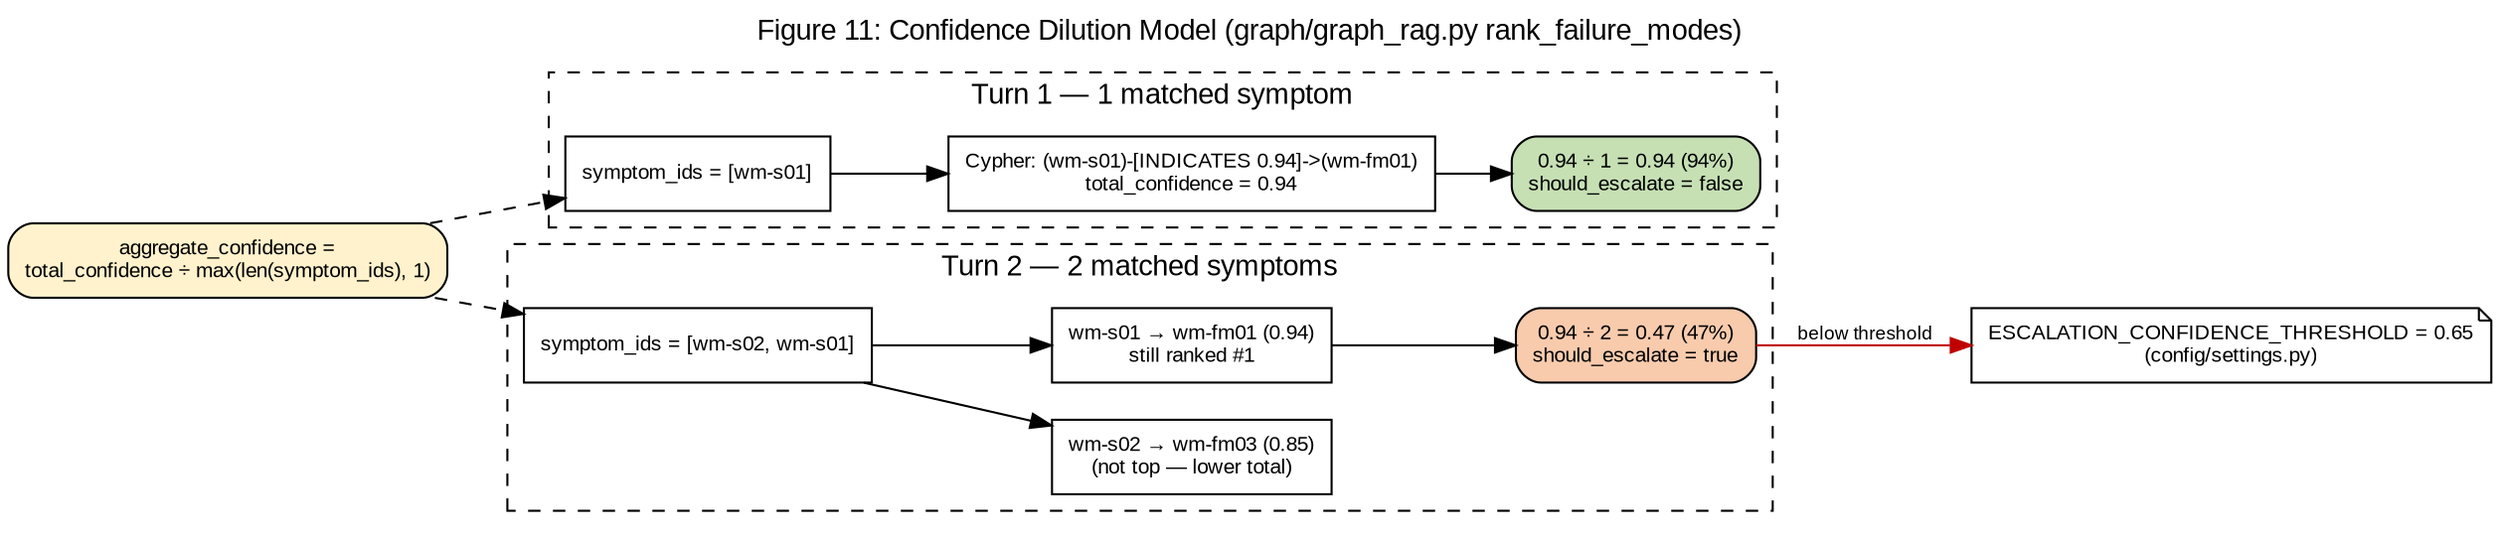
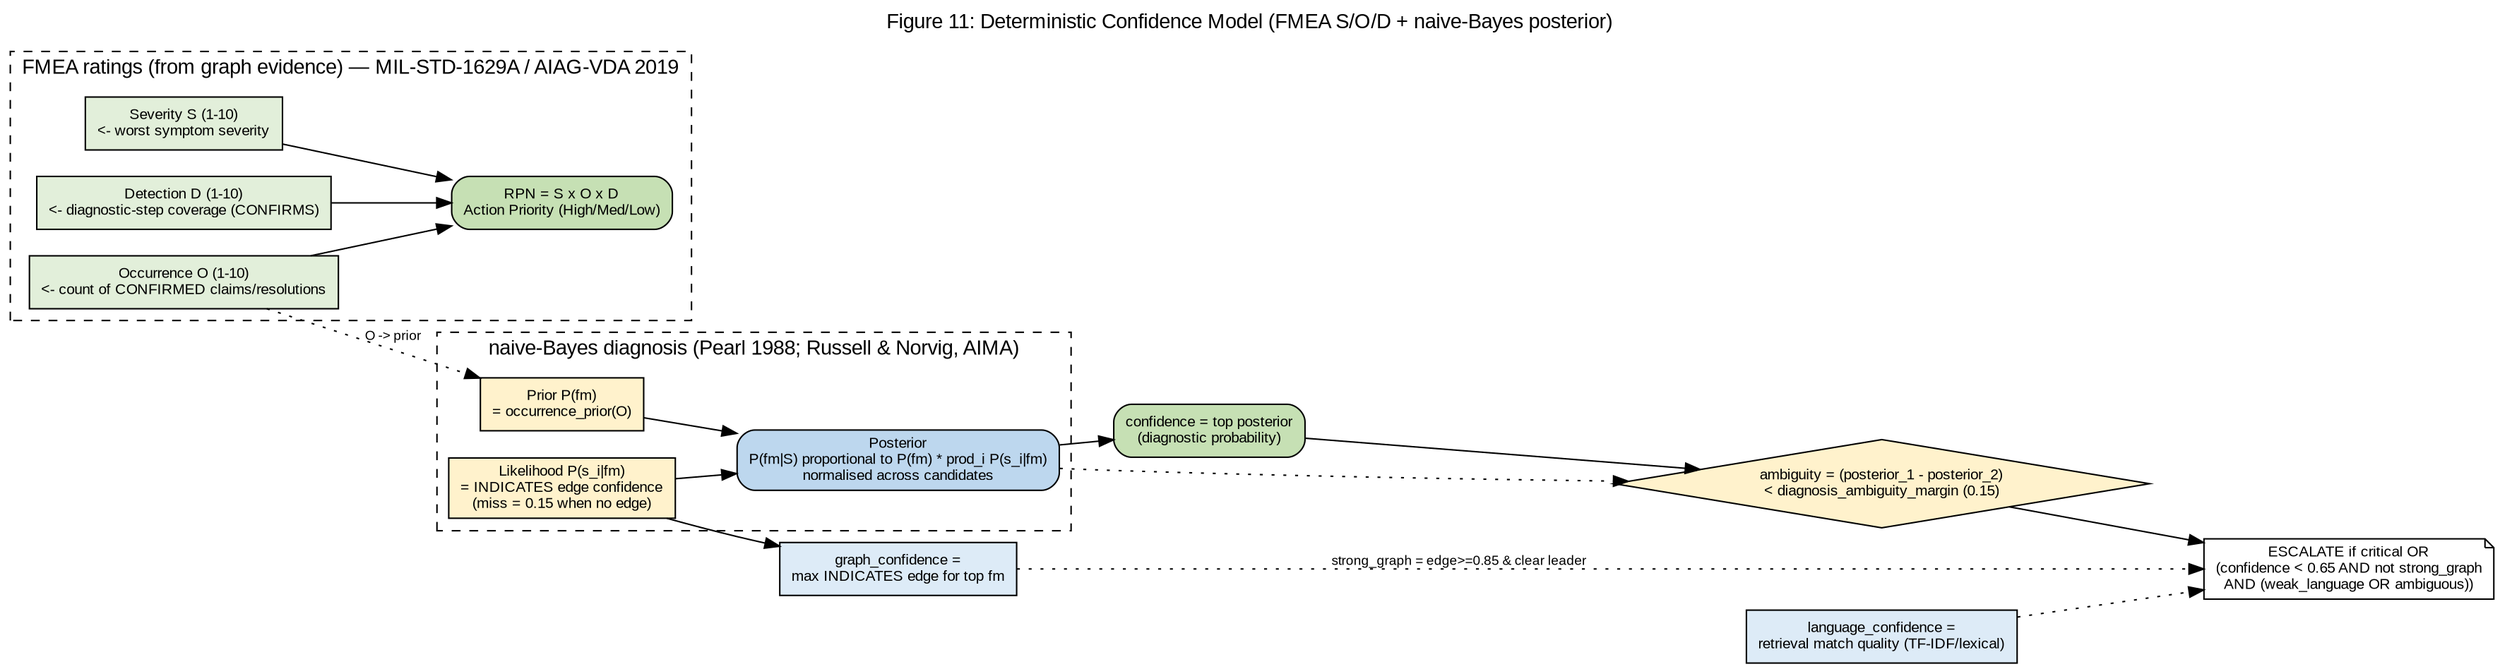
- // Figure 11: Confidence dilution — why 94% becomes 47% with two symptoms
- digraph ConfidenceDilution {
+ // Figure 11: Deterministic Confidence Model — FMEA + naive-Bayes posterior
+ // (graph/reliability.py + graph/graph_rag.py rank_failure_modes / _composite_confidence)
+ //
+ // Replaces the earlier "confidence dilution" formula
+ // (total_confidence / len(symptom_ids)), which diluted confidence purely by
+ // symptom count. Confidence is now a normalised Bayesian posterior grounded in
+ // FMEA ratings — deterministic and reproducible for a given graph state.
+ digraph DeterministicConfidence {
  graph [
    rankdir=LR
-     label="Figure 11: Confidence Dilution Model (graph/graph_rag.py rank_failure_modes)"
+     label="Figure 11: Deterministic Confidence Model (FMEA S/O/D + naive-Bayes posterior)"
    labelloc=t
    fontsize=14
    fontname="Arial"
    bgcolor="white"
  ]
  node [fontname="Arial", fontsize=10]
  edge [fontname="Arial", fontsize=9]

-   Formula [label="aggregate_confidence =\ntotal_confidence ÷ max(len(symptom_ids), 1)", shape=box, style="rounded,filled", fillcolor="#FFF2CC"]
- 
-   subgraph cluster_t1 {
-     label="Turn 1 — 1 matched symptom"
+   subgraph cluster_fmea {
+     label="FMEA ratings (from graph evidence) — MIL-STD-1629A / AIAG-VDA 2019"
    style=dashed
-     S1 [label="symptom_ids = [wm-s01]", shape=box, fillcolor="#E2EFDA"]
-     E1 [label="Cypher: (wm-s01)-[INDICATES 0.94]->(wm-fm01)\ntotal_confidence = 0.94", shape=box, fillcolor="#E2EFDA"]
-     R1 [label="0.94 ÷ 1 = 0.94 (94%)\nshould_escalate = false", shape=box, style="rounded,filled", fillcolor="#C6E0B4"]
-     S1 -> E1 -> R1
+     Sev [label="Severity S (1-10)\n<- worst symptom severity", shape=box, style=filled, fillcolor="#E2EFDA"]
+     Occ [label="Occurrence O (1-10)\n<- count of CONFIRMED claims/resolutions", shape=box, style=filled, fillcolor="#E2EFDA"]
+     Det [label="Detection D (1-10)\n<- diagnostic-step coverage (CONFIRMS)", shape=box, style=filled, fillcolor="#E2EFDA"]
+     RPN [label="RPN = S x O x D\nAction Priority (High/Med/Low)", shape=box, style="rounded,filled", fillcolor="#C6E0B4"]
+     Sev -> RPN
+     Occ -> RPN
+     Det -> RPN
  }

-   subgraph cluster_t2 {
-     label="Turn 2 — 2 matched symptoms"
+   subgraph cluster_bayes {
+     label="naive-Bayes diagnosis (Pearl 1988; Russell & Norvig, AIMA)"
    style=dashed
-     S2 [label="symptom_ids = [wm-s02, wm-s01]", shape=box, fillcolor="#FCE4D6"]
-     E2a [label="wm-s02 → wm-fm03 (0.85)\n(not top — lower total)", shape=box, fillcolor="#FCE4D6"]
-     E2b [label="wm-s01 → wm-fm01 (0.94)\nstill ranked #1", shape=box, fillcolor="#FCE4D6"]
-     R2 [label="0.94 ÷ 2 = 0.47 (47%)\nshould_escalate = true", shape=box, style="rounded,filled", fillcolor="#F8CBAD"]
-     S2 -> E2a
-     S2 -> E2b -> R2
+     Prior [label="Prior P(fm)\n= occurrence_prior(O)", shape=box, style=filled, fillcolor="#FFF2CC"]
+     Like [label="Likelihood P(s_i|fm)\n= INDICATES edge confidence\n(miss = 0.15 when no edge)", shape=box, style=filled, fillcolor="#FFF2CC"]
+     Post [label="Posterior\nP(fm|S) proportional to P(fm) * prod_i P(s_i|fm)\nnormalised across candidates", shape=box, style="rounded,filled", fillcolor="#BDD7EE"]
+     Prior -> Post
+     Like -> Post
  }

-   Threshold [label="ESCALATION_CONFIDENCE_THRESHOLD = 0.65\n(config/settings.py)", shape=note, fillcolor="#D5E8F0"]
+   Occ -> Prior [style=dotted, label="O -> prior"]

-   Formula -> S1 [style=dashed]
-   Formula -> S2 [style=dashed]
-   R2 -> Threshold [label="below threshold", color="#C00000"]
+   Overall [label="confidence = top posterior\n(diagnostic probability)", shape=box, style="rounded,filled", fillcolor="#C6E0B4"]
+   GraphSig [label="graph_confidence =\nmax INDICATES edge for top fm", shape=box, style=filled, fillcolor="#DDEBF7"]
+   Lang    [label="language_confidence =\nretrieval match quality (TF-IDF/lexical)", shape=box, style=filled, fillcolor="#DDEBF7"]
+ 
+   Post -> Overall
+   Like -> GraphSig
+ 
+   Margin [label="ambiguity = (posterior_1 - posterior_2)\n< diagnosis_ambiguity_margin (0.15)", shape=diamond, style=filled, fillcolor="#FFF2CC"]
+   Gate [label="ESCALATE if critical OR\n(confidence < 0.65 AND not strong_graph\nAND (weak_language OR ambiguous))", shape=note, fillcolor="#F8CBAD"]
+ 
+   Overall -> Margin
+   Post -> Margin [style=dotted]
+   Margin -> Gate
+   GraphSig -> Gate [style=dotted, label="strong_graph = edge>=0.85 & clear leader"]
+   Lang -> Gate [style=dotted]
}